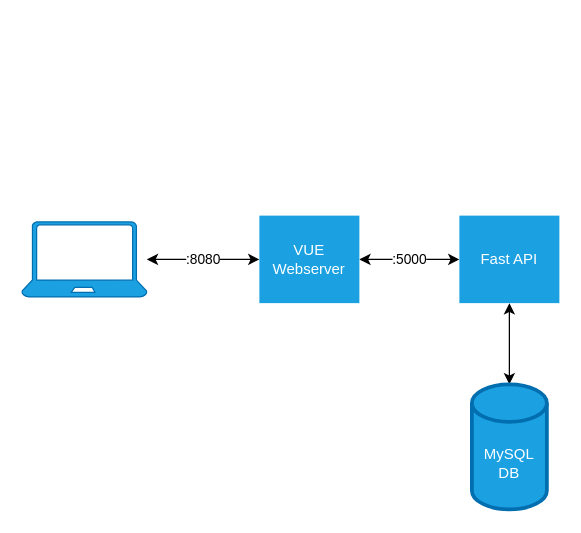
Earlier version of the draw.io diagram architecture_diagram.drawio (lewis-jardine/portfolio). Source tidied: cells renumbered, new cells numbered last; positions are measured from the earlier drawing's top-left corner, leaving out a move shared by most shapes. Both pictures are drawn from the tidied source at 125%, with x=0, y=0 at pixel (21, 215).
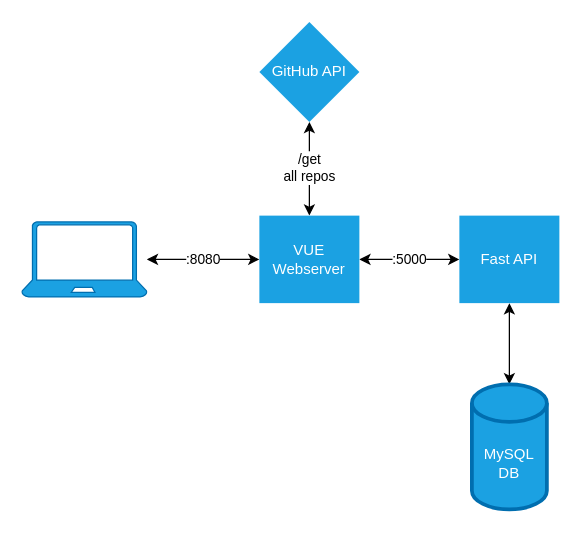
The same page after the edit.

Change to the diagram source:
```diff
@@
 <mxGraphModel>
   <root>
     <mxCell id="0" />
     <mxCell id="1" parent="0" />
     <mxCell id="2" value=":8080" style="edgeStyle=none;html=1;startArrow=classic;startFill=1;" parent="1" edge="1" source="3" target="5">
       <mxGeometry relative="1" as="geometry" />
     </mxCell>
     <mxCell id="3" value="Client" style="verticalLabelPosition=bottom;html=1;verticalAlign=top;align=center;strokeColor=#006EAF;fillColor=#1ba1e2;shape=mxgraph.azure.laptop;fontColor=#ffffff;" parent="1" vertex="1">
       <mxGeometry y="5" width="100" height="60" as="geometry" />
     </mxCell>
     <mxCell id="4" value=":5000" style="edgeStyle=none;html=1;startArrow=classic;startFill=1;" parent="1" edge="1" source="5" target="8">
       <mxGeometry relative="1" as="geometry" />
     </mxCell>
+    <mxCell id="9" value="/get &lt;br&gt;all repos" style="edgeStyle=none;html=1;startArrow=classic;startFill=1;" parent="1" edge="1" source="5" target="10">
+      <mxGeometry relative="1" as="geometry" />
+    </mxCell>
     <mxCell id="5" value="VUE Webserver" style="whiteSpace=wrap;html=1;verticalAlign=middle;strokeWidth=3;strokeColor=none;fillColor=#1ba1e2;fontColor=#ffffff;align=center;" parent="1" vertex="1">
       <mxGeometry x="190" width="80" height="70" as="geometry" />
     </mxCell>
     <mxCell id="6" style="edgeStyle=none;html=1;startArrow=classic;startFill=1;" parent="1" edge="1" source="7" target="8">
       <mxGeometry relative="1" as="geometry" />
     </mxCell>
     <mxCell id="7" value="MySQL DB" style="shape=cylinder3;whiteSpace=wrap;html=1;boundedLbl=1;backgroundOutline=1;size=15;strokeColor=#006EAF;strokeWidth=3;fillColor=#1ba1e2;fontColor=#ffffff;" parent="1" vertex="1">
       <mxGeometry x="360" y="135" width="60" height="100" as="geometry" />
     </mxCell>
     <mxCell id="8" value="Fast API" style="whiteSpace=wrap;html=1;verticalAlign=middle;strokeWidth=3;strokeColor=none;fillColor=#1ba1e2;fontColor=#ffffff;align=center;" parent="1" vertex="1">
       <mxGeometry x="350" width="80" height="70" as="geometry" />
     </mxCell>
+    <mxCell id="10" value="GitHub API" style="rhombus;whiteSpace=wrap;html=1;fillColor=#1ba1e2;strokeColor=none;fontColor=#ffffff;strokeWidth=3;" parent="1" vertex="1">
+      <mxGeometry x="190" y="-155" width="80" height="80" as="geometry" />
+    </mxCell>
   </root>
 </mxGraphModel>
```
